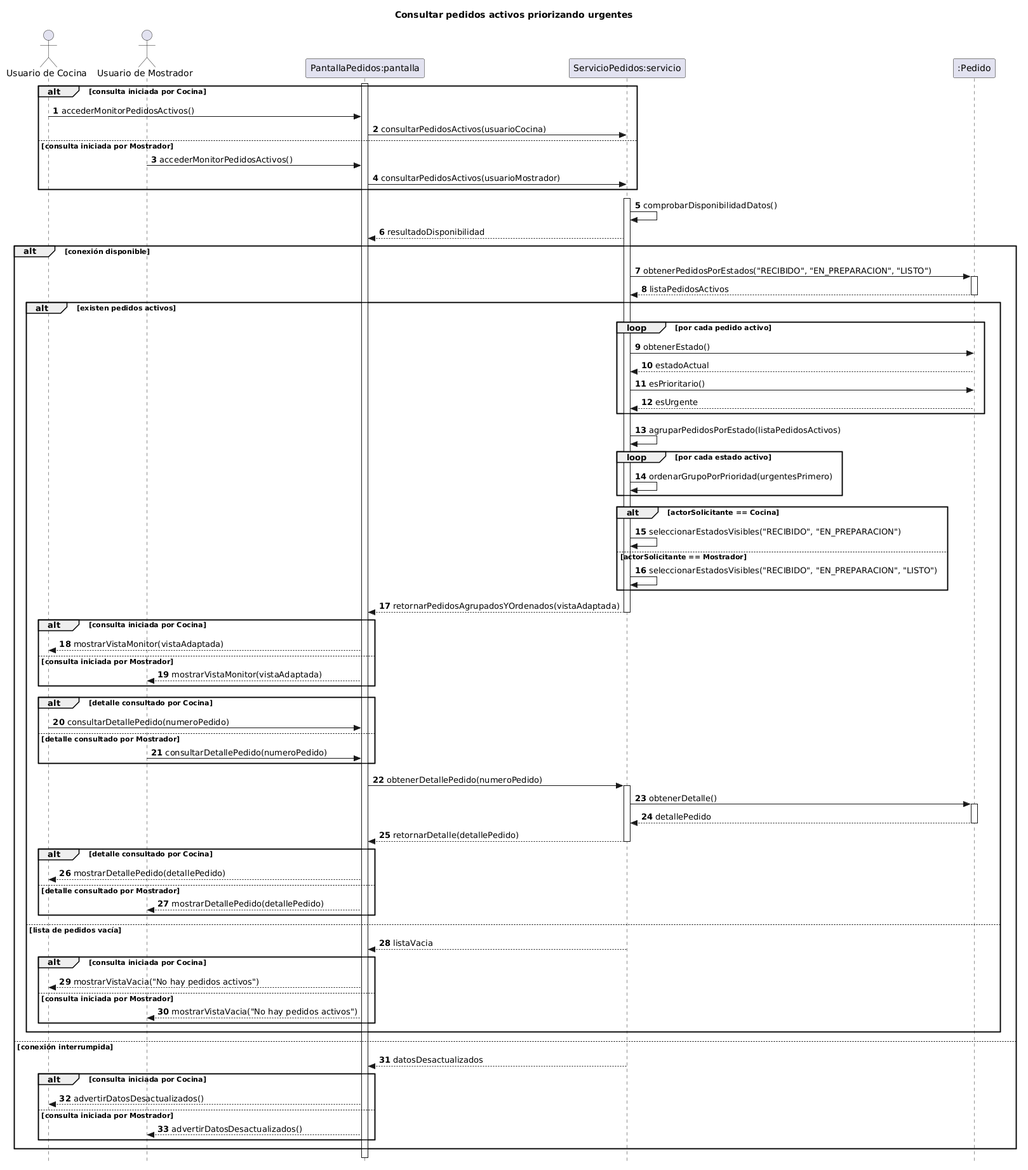
The PlantUML diagram diagramas/05-diagramas-secuencia/05-secuencia-consultar-pedidos-activos-prioridad-urgentes-05.png in eloeyhe/SistemaPedidos, before a commit.
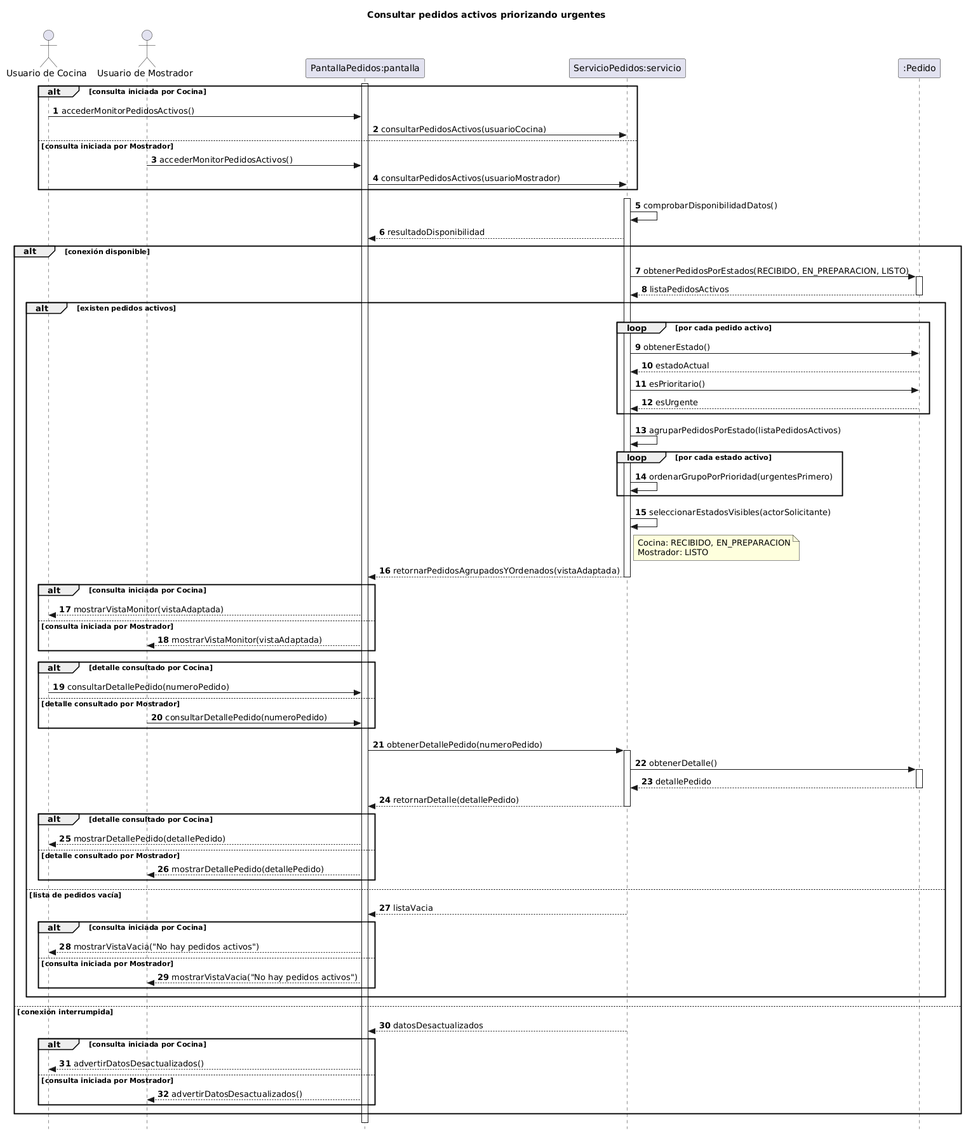
The same diagram one commit later.

Diff of the diagram source:
```diff
@@ -25,7 +25,7 @@
 servicio --> pantalla : resultadoDisponibilidad
 
 alt conexión disponible
-    servicio -> pedido : obtenerPedidosPorEstados("RECIBIDO", "EN_PREPARACION", "LISTO")
+    servicio -> pedido : obtenerPedidosPorEstados(RECIBIDO, EN_PREPARACION, LISTO)
     activate pedido
     pedido --> servicio : listaPedidosActivos
     deactivate pedido
@@ -43,11 +43,11 @@
             servicio -> servicio : ordenarGrupoPorPrioridad(urgentesPrimero)
         end
 
-        alt actorSolicitante == Cocina
-            servicio -> servicio : seleccionarEstadosVisibles("RECIBIDO", "EN_PREPARACION")
-        else actorSolicitante == Mostrador
-            servicio -> servicio : seleccionarEstadosVisibles("RECIBIDO", "EN_PREPARACION", "LISTO")
-        end
+        servicio -> servicio : seleccionarEstadosVisibles(actorSolicitante)
+        note right of servicio
+          Cocina: RECIBIDO, EN_PREPARACION
+          Mostrador: LISTO
+        end note
 
         servicio --> pantalla : retornarPedidosAgrupadosYOrdenados(vistaAdaptada)
         deactivate servicio
```
